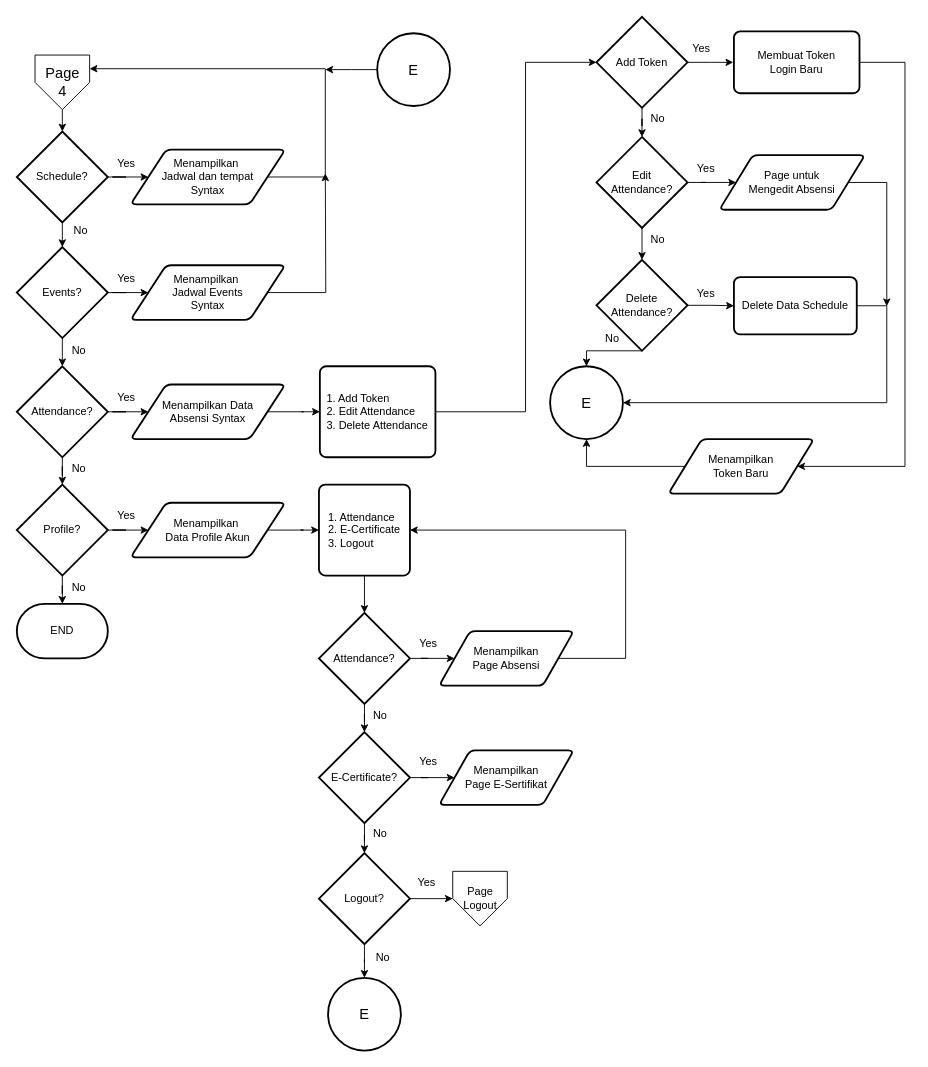
Before: PG4.drawio in dapzz-id/DrawIO, a draw.io diagram. Source tidied: cells renumbered, new cells numbered last; positions are measured from the earlier drawing's top-left corner, leaving out a move shared by most shapes. Both pictures are drawn from the tidied source at 91%, with x=0, y=0 at pixel (16, 16).
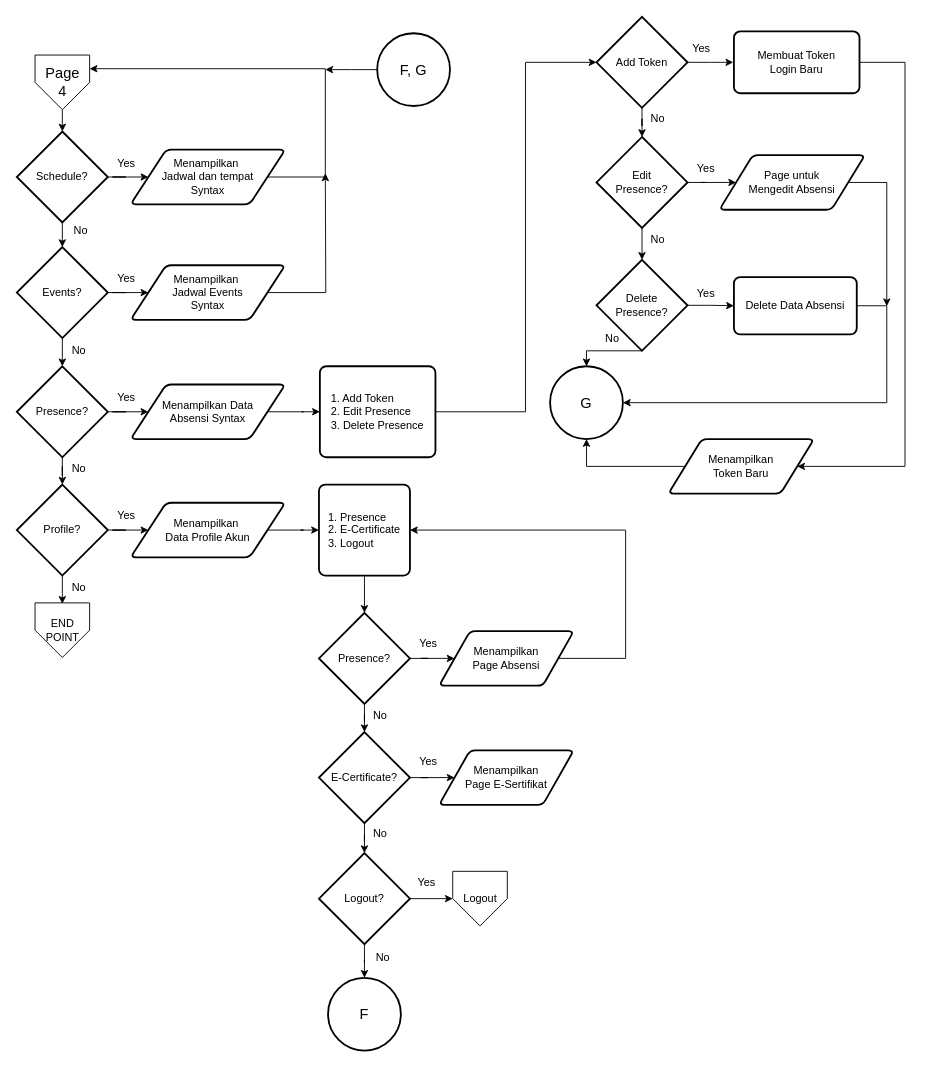
The same diagram, later.

Unchanged cells that the change refers to:
```xml
<mxCell id="12" value="Profile?" style="strokeWidth=2;html=1;shape=mxgraph.flowchart.decision;whiteSpace=wrap;" parent="1" vertex="1">
  <mxGeometry y="514" width="100" height="100" as="geometry" />
</mxCell>
```

What changed in the source:
```diff
@@
-    <mxCell id="11" style="edgeStyle=orthogonalEdgeStyle;rounded=0;jettySize=auto;html=1;" parent="1" edge="1" source="12" target="20">
-      <mxGeometry relative="1" as="geometry" />
+    <mxCell id="11" style="edgeStyle=orthogonalEdgeStyle;rounded=0;jettySize=auto;html=1;" parent="1" edge="1" source="12">
+      <mxGeometry relative="1" as="geometry">
+        <mxPoint x="50" y="645" as="targetPoint" />
+      </mxGeometry>
     </mxCell>
@@
-    <mxCell id="20" value="END" style="strokeWidth=2;html=1;shape=mxgraph.flowchart.terminator;whiteSpace=wrap;" parent="1" vertex="1">
-      <mxGeometry y="645" width="100" height="60" as="geometry" />
-    </mxCell>
@@
-    <mxCell id="22" value="&lt;div style=&quot;text-align: justify;&quot;&gt;&lt;span style=&quot;background-color: initial;&quot;&gt;1. Attendance&lt;/span&gt;&lt;/div&gt;&lt;div style=&quot;text-align: justify;&quot;&gt;2. E-Certificate&lt;/div&gt;&lt;div style=&quot;text-align: justify;&quot;&gt;3. Logout&lt;/div&gt;" style="rounded=1;whiteSpace=wrap;html=1;absoluteArcSize=1;arcSize=14;strokeWidth=2;" parent="1" vertex="1">
+    <mxCell id="22" value="&lt;div style=&quot;text-align: justify;&quot;&gt;&lt;span style=&quot;background-color: initial;&quot;&gt;1. Presence&lt;/span&gt;&lt;/div&gt;&lt;div style=&quot;text-align: justify;&quot;&gt;2. E-Certificate&lt;/div&gt;&lt;div style=&quot;text-align: justify;&quot;&gt;3. Logout&lt;/div&gt;" style="rounded=1;whiteSpace=wrap;html=1;absoluteArcSize=1;arcSize=14;strokeWidth=2;" parent="1" vertex="1">
       <mxGeometry x="332" y="514" width="100" height="100" as="geometry" />
     </mxCell>
@@
-    <mxCell id="25" value="Attendance?" style="strokeWidth=2;html=1;shape=mxgraph.flowchart.decision;whiteSpace=wrap;" parent="1" vertex="1">
+    <mxCell id="25" value="Presence?" style="strokeWidth=2;html=1;shape=mxgraph.flowchart.decision;whiteSpace=wrap;" parent="1" vertex="1">
       <mxGeometry x="332" y="655" width="100" height="100" as="geometry" />
     </mxCell>
@@
-    <mxCell id="40" value="&lt;font style=&quot;font-size: 12px;&quot;&gt;Page&lt;/font&gt;&lt;div style=&quot;&quot;&gt;&lt;font style=&quot;font-size: 12px;&quot;&gt;Logout&lt;/font&gt;&lt;/div&gt;" style="verticalLabelPosition=middle;verticalAlign=middle;html=1;shape=offPageConnector;rounded=0;size=0.5;labelPosition=center;align=center;" parent="1" vertex="1">
+    <mxCell id="40" value="&lt;span style=&quot;background-color: initial;&quot;&gt;Logout&lt;/span&gt;" style="verticalLabelPosition=middle;verticalAlign=middle;html=1;shape=offPageConnector;rounded=0;size=0.5;labelPosition=center;align=center;" parent="1" vertex="1">
       <mxGeometry x="479" y="939" width="60" height="60" as="geometry" />
     </mxCell>
@@
-    <mxCell id="46" value="Attendance?" style="strokeWidth=2;html=1;shape=mxgraph.flowchart.decision;whiteSpace=wrap;" parent="1" vertex="1">
+    <mxCell id="46" value="Presence?" style="strokeWidth=2;html=1;shape=mxgraph.flowchart.decision;whiteSpace=wrap;" parent="1" vertex="1">
       <mxGeometry y="384" width="100" height="100" as="geometry" />
     </mxCell>
@@
-    <mxCell id="49" value="&lt;div style=&quot;text-align: justify;&quot;&gt;&lt;span style=&quot;background-color: initial;&quot;&gt;1. Add Token&lt;/span&gt;&lt;/div&gt;&lt;div style=&quot;text-align: justify;&quot;&gt;2. Edit Attendance&lt;/div&gt;&lt;div style=&quot;text-align: justify;&quot;&gt;3. Delete Attendance&lt;/div&gt;" style="rounded=1;whiteSpace=wrap;html=1;absoluteArcSize=1;arcSize=14;strokeWidth=2;align=center;" parent="1" vertex="1">
+    <mxCell id="49" value="&lt;div style=&quot;text-align: justify;&quot;&gt;&lt;span style=&quot;background-color: initial;&quot;&gt;1. Add Token&lt;/span&gt;&lt;/div&gt;&lt;div style=&quot;text-align: justify;&quot;&gt;2. Edit Presence&lt;/div&gt;&lt;div style=&quot;text-align: justify;&quot;&gt;3. Delete Presence&lt;/div&gt;" style="rounded=1;whiteSpace=wrap;html=1;absoluteArcSize=1;arcSize=14;strokeWidth=2;align=center;" parent="1" vertex="1">
       <mxGeometry x="333" y="384" width="127" height="100" as="geometry" />
     </mxCell>
@@
-    <mxCell id="57" value="Delete&lt;div&gt;Attendance?&lt;/div&gt;" style="strokeWidth=2;html=1;shape=mxgraph.flowchart.decision;whiteSpace=wrap;" parent="1" vertex="1">
+    <mxCell id="57" value="Delete&lt;div&gt;Presence?&lt;/div&gt;" style="strokeWidth=2;html=1;shape=mxgraph.flowchart.decision;whiteSpace=wrap;" parent="1" vertex="1">
       <mxGeometry x="637" y="267" width="100" height="100" as="geometry" />
     </mxCell>
@@
-    <mxCell id="59" value="Delete Data Schedule" style="rounded=1;whiteSpace=wrap;html=1;absoluteArcSize=1;arcSize=14;strokeWidth=2;" parent="1" vertex="1">
+    <mxCell id="59" value="Delete Data Absensi" style="rounded=1;whiteSpace=wrap;html=1;absoluteArcSize=1;arcSize=14;strokeWidth=2;" parent="1" vertex="1">
       <mxGeometry x="788" y="286" width="135" height="63" as="geometry" />
     </mxCell>
@@
-    <mxCell id="64" value="Edit&lt;div&gt;Attendance?&lt;/div&gt;" style="strokeWidth=2;html=1;shape=mxgraph.flowchart.decision;whiteSpace=wrap;" parent="1" vertex="1">
+    <mxCell id="64" value="Edit&lt;div&gt;Presence?&lt;/div&gt;" style="strokeWidth=2;html=1;shape=mxgraph.flowchart.decision;whiteSpace=wrap;" parent="1" vertex="1">
       <mxGeometry x="637" y="132" width="100" height="100" as="geometry" />
     </mxCell>
@@
-    <mxCell id="73" value="&lt;font style=&quot;font-size: 16px;&quot;&gt;E&lt;/font&gt;" style="ellipse;whiteSpace=wrap;html=1;rounded=1;arcSize=14;strokeWidth=2;" parent="1" vertex="1">
+    <mxCell id="73" value="&lt;font style=&quot;font-size: 16px;&quot;&gt;G&lt;/font&gt;" style="ellipse;whiteSpace=wrap;html=1;rounded=1;arcSize=14;strokeWidth=2;" parent="1" vertex="1">
       <mxGeometry x="586" y="384" width="80" height="80" as="geometry" />
     </mxCell>
@@
-    <mxCell id="80" value="&lt;font style=&quot;font-size: 16px;&quot;&gt;E&lt;/font&gt;" style="ellipse;whiteSpace=wrap;html=1;rounded=1;arcSize=14;strokeWidth=2;" parent="1" vertex="1">
+    <mxCell id="80" value="&lt;font style=&quot;font-size: 16px;&quot;&gt;F, G&lt;/font&gt;" style="ellipse;whiteSpace=wrap;html=1;rounded=1;arcSize=14;strokeWidth=2;" parent="1" vertex="1">
       <mxGeometry x="396" y="18" width="80" height="80" as="geometry" />
     </mxCell>
-    <mxCell id="81" value="&lt;font style=&quot;font-size: 16px;&quot;&gt;E&lt;/font&gt;" style="ellipse;whiteSpace=wrap;html=1;rounded=1;arcSize=14;strokeWidth=2;" parent="1" vertex="1">
+    <mxCell id="81" value="&lt;font style=&quot;font-size: 16px;&quot;&gt;F&lt;/font&gt;" style="ellipse;whiteSpace=wrap;html=1;rounded=1;arcSize=14;strokeWidth=2;" parent="1" vertex="1">
       <mxGeometry x="342" y="1056" width="80" height="80" as="geometry" />
     </mxCell>
@@
+    <mxCell id="83" value="END&lt;div&gt;POINT&lt;/div&gt;" style="verticalLabelPosition=middle;verticalAlign=middle;html=1;shape=offPageConnector;rounded=0;size=0.5;labelPosition=center;align=center;" parent="1" vertex="1">
+      <mxGeometry x="20" y="644" width="60" height="60" as="geometry" />
+    </mxCell>
```
